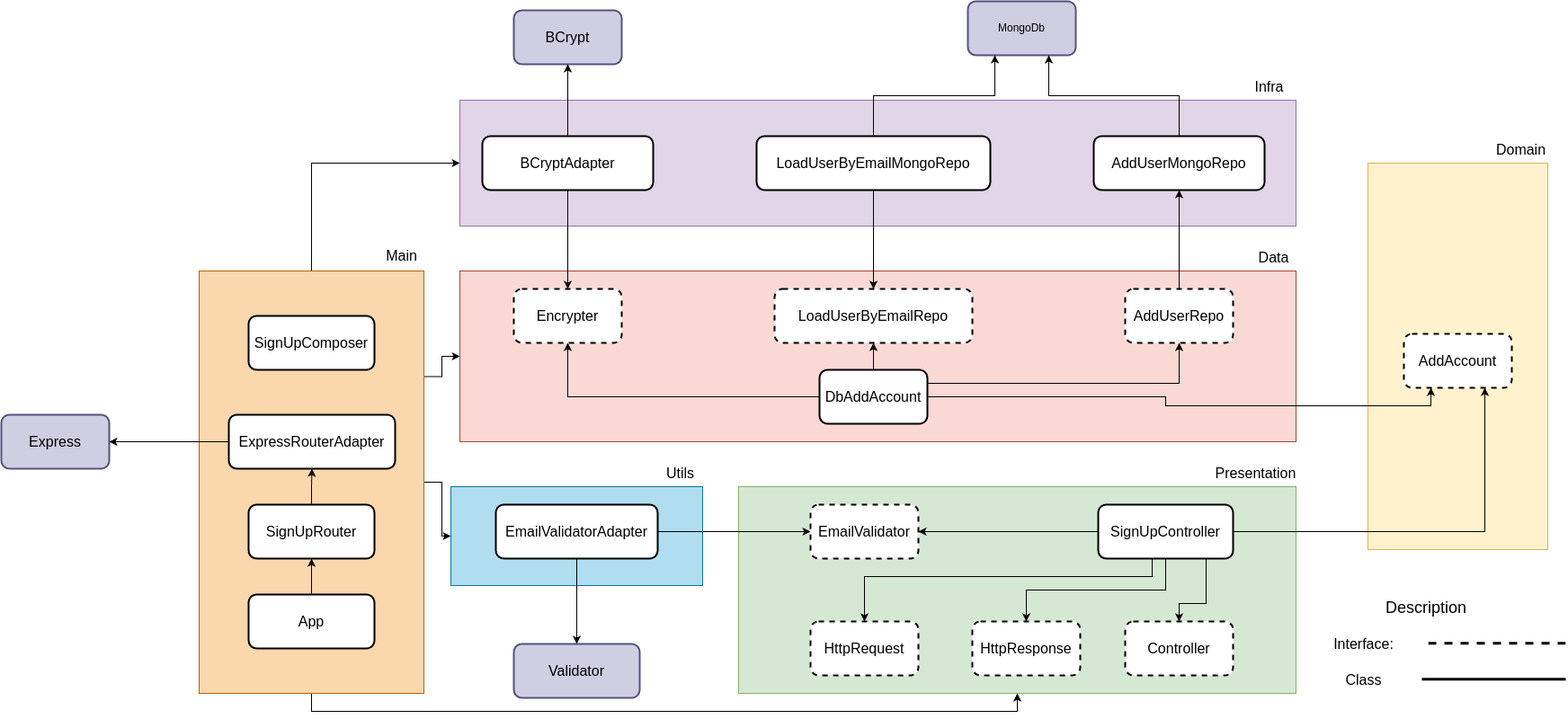
sidnei-junior/rodizio-da-galera keeps this draw.io diagram as documentation/sign-up-use-case.drawio.png. Above is the earlier version. Source tidied: cells renumbered, new cells last; positions are measured from the earlier drawing's top-left corner, leaving out a move shared by most shapes.
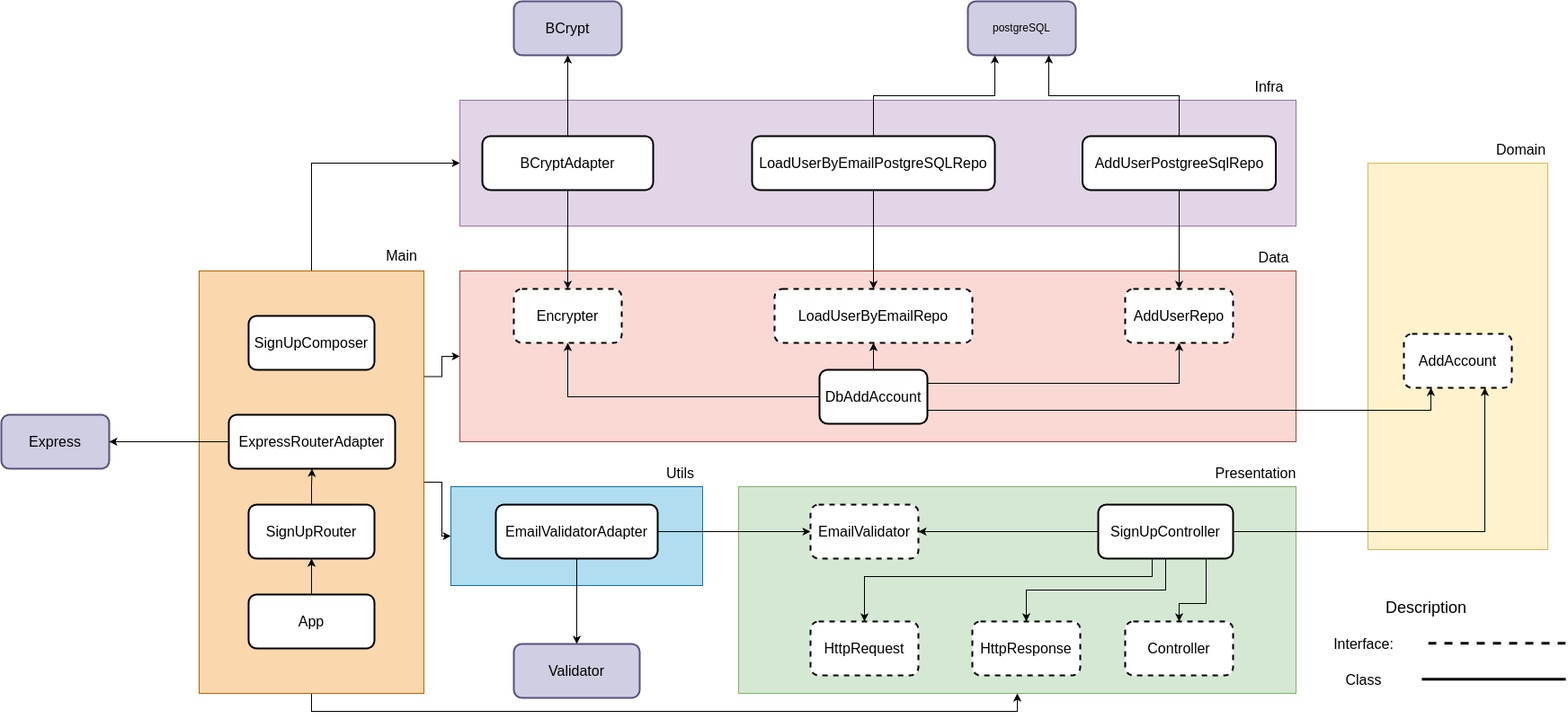
The same diagram one commit later.

Change to the diagram source:
```diff
@@ -39,11 +39,11 @@
     <mxCell id="10" value="SignUpController" style="rounded=1;whiteSpace=wrap;html=1;strokeWidth=2;perimeterSpacing=0;glass=0;shadow=0;fontSize=16;" parent="1" vertex="1">
       <mxGeometry x="1220" y="560" width="150" height="60" as="geometry" />
     </mxCell>
-    <mxCell id="11" value="MongoDb" style="rounded=1;whiteSpace=wrap;html=1;strokeWidth=2;fillColor=#d0cee2;strokeColor=#56517e;" parent="1" vertex="1">
+    <mxCell id="11" value="postgreSQL" style="rounded=1;whiteSpace=wrap;html=1;strokeWidth=2;fillColor=#d0cee2;strokeColor=#56517e;" parent="1" vertex="1">
       <mxGeometry x="1075" width="120" height="60" as="geometry" />
     </mxCell>
     <mxCell id="12" value="BCrypt" style="rounded=1;whiteSpace=wrap;html=1;strokeWidth=2;fontSize=16;fillColor=#d0cee2;strokeColor=#56517e;" parent="1" vertex="1">
-      <mxGeometry x="570" y="10" width="120" height="60" as="geometry" />
+      <mxGeometry x="570" width="120" height="60" as="geometry" />
     </mxCell>
     <mxCell id="13" value="Express" style="rounded=1;whiteSpace=wrap;html=1;strokeWidth=2;fontSize=16;fillColor=#d0cee2;strokeColor=#56517e;" parent="1" vertex="1">
       <mxGeometry y="460" width="120" height="60" as="geometry" />
@@ -99,7 +99,7 @@
     <mxCell id="30" style="rounded=0;whiteSpace=wrap;html=1;shadow=0;glass=0;fillColor=#fad9d5;strokeColor=#ae4132;fontSize=16;" parent="1" vertex="1">
       <mxGeometry x="510" y="300" width="930" height="190" as="geometry" />
     </mxCell>
-    <mxCell id="31" style="edgeStyle=orthogonalEdgeStyle;rounded=0;jettySize=auto;html=1;exitX=1;exitY=0.5;exitDx=0;exitDy=0;entryX=0.25;entryY=1;entryDx=0;entryDy=0;fontFamily=Helvetica;fontSize=12;fontColor=default;" parent="1" edge="1" source="35" target="19">
+    <mxCell id="31" style="rounded=0;jettySize=auto;html=1;exitX=1;exitY=0.75;exitDx=0;exitDy=0;entryX=0.25;entryY=1;entryDx=0;entryDy=0;fontFamily=Helvetica;fontSize=12;fontColor=default;edgeStyle=orthogonalEdgeStyle;" parent="1" edge="1" source="35" target="19">
       <mxGeometry relative="1" as="geometry" />
     </mxCell>
     <mxCell id="32" style="edgeStyle=orthogonalEdgeStyle;rounded=0;jettySize=auto;html=1;exitX=0;exitY=0.5;exitDx=0;exitDy=0;entryX=0.5;entryY=1;entryDx=0;entryDy=0;fontFamily=Helvetica;fontSize=12;fontColor=default;" parent="1" edge="1" source="35" target="50">
@@ -162,10 +162,10 @@
     <mxCell id="51" style="edgeStyle=orthogonalEdgeStyle;rounded=0;jettySize=auto;html=1;exitX=0.5;exitY=0;exitDx=0;exitDy=0;entryX=0.75;entryY=1;entryDx=0;entryDy=0;fontFamily=Helvetica;fontSize=12;fontColor=default;" parent="1" edge="1" source="52" target="11">
       <mxGeometry relative="1" as="geometry" />
     </mxCell>
-    <mxCell id="52" value="AddUserMongoRepo" style="rounded=1;whiteSpace=wrap;html=1;strokeWidth=2;perimeterSpacing=0;glass=0;shadow=0;fontSize=16;" parent="1" vertex="1">
-      <mxGeometry x="1215" y="150" width="190" height="60" as="geometry" />
+    <mxCell id="52" value="AddUserPostgreeSqlRepo" style="rounded=1;whiteSpace=wrap;html=1;strokeWidth=2;perimeterSpacing=0;glass=0;shadow=0;fontSize=16;" parent="1" vertex="1">
+      <mxGeometry x="1202.5" y="150" width="215" height="60" as="geometry" />
     </mxCell>
-    <mxCell id="53" style="edgeStyle=orthogonalEdgeStyle;rounded=0;jettySize=auto;html=1;exitX=0.5;exitY=0;exitDx=0;exitDy=0;entryX=0.5;entryY=1;entryDx=0;entryDy=0;fontFamily=Helvetica;fontSize=12;fontColor=default;" parent="1" edge="1" source="54" target="52">
+    <mxCell id="53" style="rounded=0;jettySize=auto;html=1;exitX=0.5;exitY=0;exitDx=0;exitDy=0;entryX=0.5;entryY=1;entryDx=0;entryDy=0;fontFamily=Helvetica;fontSize=12;fontColor=default;endArrow=none;endFill=0;startArrow=classic;startFill=1;" parent="1" edge="1" source="54" target="52">
       <mxGeometry relative="1" as="geometry" />
     </mxCell>
     <mxCell id="54" value="AddUserRepo" style="rounded=1;whiteSpace=wrap;html=1;strokeWidth=2;perimeterSpacing=0;glass=0;shadow=0;dashed=1;fontSize=16;" parent="1" vertex="1">
@@ -177,8 +177,8 @@
     <mxCell id="56" style="edgeStyle=orthogonalEdgeStyle;rounded=0;jettySize=auto;html=1;exitX=0.5;exitY=0;exitDx=0;exitDy=0;entryX=0.25;entryY=1;entryDx=0;entryDy=0;fontFamily=Helvetica;fontSize=12;fontColor=default;" parent="1" edge="1" source="57" target="11">
       <mxGeometry relative="1" as="geometry" />
     </mxCell>
-    <mxCell id="57" value="LoadUserByEmailMongoRepo" style="rounded=1;whiteSpace=wrap;html=1;strokeWidth=2;perimeterSpacing=0;glass=0;shadow=0;fontSize=16;" parent="1" vertex="1">
-      <mxGeometry x="840" y="150" width="260" height="60" as="geometry" />
+    <mxCell id="57" value="LoadUserByEmailPostgreSQLRepo" style="rounded=1;whiteSpace=wrap;html=1;strokeWidth=2;perimeterSpacing=0;glass=0;shadow=0;fontSize=16;" parent="1" vertex="1">
+      <mxGeometry x="835" y="150" width="270" height="60" as="geometry" />
     </mxCell>
     <mxCell id="58" value="LoadUserByEmailRepo" style="rounded=1;whiteSpace=wrap;html=1;strokeWidth=2;perimeterSpacing=0;glass=0;shadow=0;dashed=1;fontSize=16;" parent="1" vertex="1">
       <mxGeometry x="860" y="320" width="220" height="60" as="geometry" />
```
